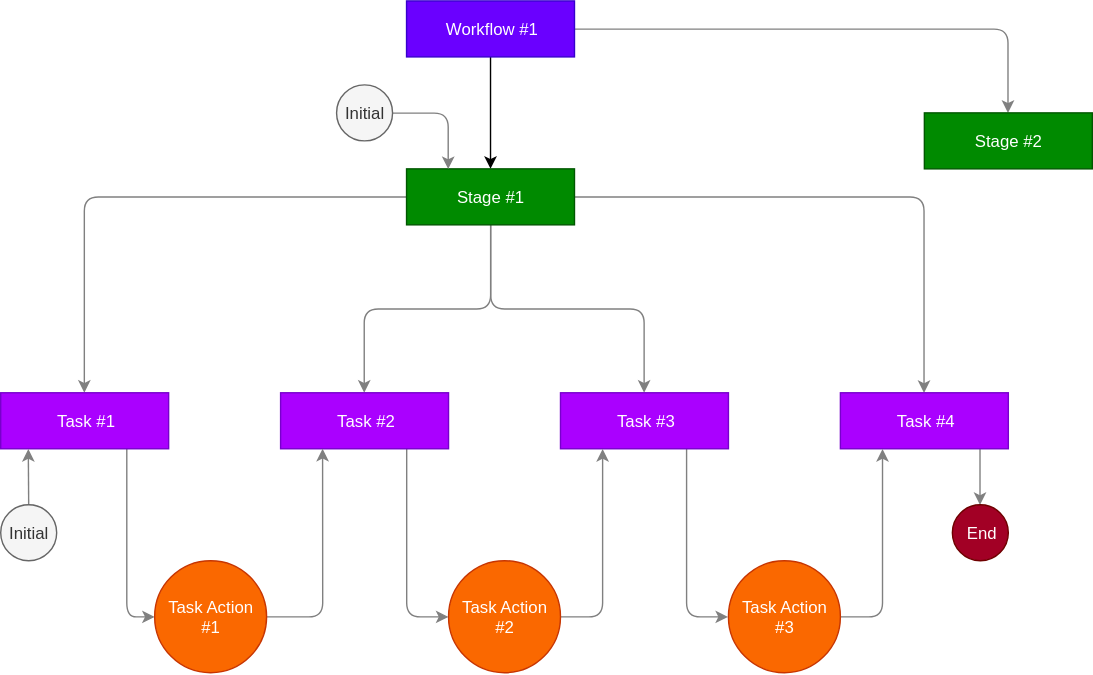
Above: design/clef-workflow-single-direction-action.svg in arkitik/clef-workflow (draw.io), before the change. Source tidied: cells renumbered, new cells last; positions are measured from the earlier drawing's top-left corner, leaving out a move shared by most shapes. The source it was exported from:
```xml
<mxGraphModel>
  <root>
    <mxCell id="0" />
    <mxCell id="1" parent="0" />
    <mxCell id="2" style="edgeStyle=orthogonalEdgeStyle;rounded=0;jettySize=auto;html=1;shadow=0;" parent="1" edge="1" source="4" target="9">
      <mxGeometry relative="1" as="geometry" />
    </mxCell>
    <mxCell id="3" style="edgeStyle=orthogonalEdgeStyle;rounded=1;jumpStyle=arc;jettySize=auto;html=1;shadow=0;strokeColor=#808080;" parent="1" edge="1" source="4" target="25">
      <mxGeometry relative="1" as="geometry" />
    </mxCell>
    <mxCell id="4" value="Workflow #1" style="rounded=0;whiteSpace=wrap;html=1;shadow=0;fillColor=#6a00ff;strokeColor=#3700CC;gradientDirection=west;fontColor=#ffffff;" parent="1" vertex="1">
      <mxGeometry x="290" width="120" height="40" as="geometry" />
    </mxCell>
    <mxCell id="5" style="edgeStyle=orthogonalEdgeStyle;jettySize=auto;html=1;shadow=0;rounded=1;jumpStyle=arc;strokeColor=#808080;" parent="1" edge="1" source="9" target="15">
      <mxGeometry relative="1" as="geometry" />
    </mxCell>
    <mxCell id="6" style="edgeStyle=orthogonalEdgeStyle;rounded=1;jettySize=auto;html=1;shadow=0;strokeColor=#808080;" parent="1" edge="1" source="9" target="13">
      <mxGeometry relative="1" as="geometry" />
    </mxCell>
    <mxCell id="7" style="edgeStyle=orthogonalEdgeStyle;jettySize=auto;html=1;shadow=0;rounded=1;jumpStyle=arc;strokeColor=#808080;" parent="1" edge="1" source="9" target="11">
      <mxGeometry relative="1" as="geometry" />
    </mxCell>
    <mxCell id="8" style="edgeStyle=orthogonalEdgeStyle;rounded=1;jumpStyle=arc;jettySize=auto;html=1;entryX=0.5;entryY=0;entryDx=0;entryDy=0;shadow=0;strokeColor=#808080;" parent="1" edge="1" source="9" target="21">
      <mxGeometry relative="1" as="geometry" />
    </mxCell>
    <mxCell id="9" value="Stage #1" style="rounded=0;whiteSpace=wrap;html=1;shadow=0;fillColor=#008a00;strokeColor=#005700;gradientDirection=west;fontColor=#ffffff;" parent="1" vertex="1">
      <mxGeometry x="290" y="120" width="120" height="40" as="geometry" />
    </mxCell>
    <mxCell id="10" style="edgeStyle=orthogonalEdgeStyle;rounded=1;jumpStyle=arc;jettySize=auto;html=1;exitX=0.75;exitY=1;exitDx=0;exitDy=0;entryX=0;entryY=0.5;entryDx=0;entryDy=0;shadow=0;strokeColor=#808080;" parent="1" edge="1" source="11" target="23">
      <mxGeometry relative="1" as="geometry" />
    </mxCell>
    <mxCell id="11" value="Task #3" style="rounded=0;whiteSpace=wrap;html=1;shadow=0;fillColor=#aa00ff;strokeColor=#7700CC;gradientDirection=west;fontColor=#ffffff;" parent="1" vertex="1">
      <mxGeometry x="400" y="280" width="120" height="40" as="geometry" />
    </mxCell>
    <mxCell id="12" style="edgeStyle=orthogonalEdgeStyle;jettySize=auto;html=1;shadow=0;rounded=1;jumpStyle=arc;strokeColor=#808080;" parent="1" edge="1" source="13" target="19">
      <mxGeometry relative="1" as="geometry">
        <Array as="points">
          <mxPoint x="290" y="440" />
        </Array>
      </mxGeometry>
    </mxCell>
    <mxCell id="13" value="Task&amp;nbsp;#2" style="rounded=0;whiteSpace=wrap;html=1;shadow=0;fillColor=#aa00ff;strokeColor=#7700CC;gradientDirection=west;fontColor=#ffffff;" parent="1" vertex="1">
      <mxGeometry x="200" y="280" width="120" height="40" as="geometry" />
    </mxCell>
    <mxCell id="14" style="edgeStyle=orthogonalEdgeStyle;jettySize=auto;html=1;entryX=0;entryY=0.5;entryDx=0;entryDy=0;shadow=0;rounded=1;jumpStyle=arc;exitX=0.75;exitY=1;exitDx=0;exitDy=0;strokeColor=#808080;" parent="1" edge="1" source="15" target="17">
      <mxGeometry relative="1" as="geometry" />
    </mxCell>
    <mxCell id="15" value="Task #1" style="rounded=0;whiteSpace=wrap;html=1;shadow=0;fillColor=#aa00ff;strokeColor=#7700CC;gradientDirection=west;fontColor=#ffffff;" parent="1" vertex="1">
      <mxGeometry y="280" width="120" height="40" as="geometry" />
    </mxCell>
    <mxCell id="16" style="edgeStyle=orthogonalEdgeStyle;jettySize=auto;html=1;shadow=0;rounded=1;jumpStyle=arc;strokeColor=#808080;" parent="1" edge="1" source="17">
      <mxGeometry relative="1" as="geometry">
        <mxPoint x="230" y="320" as="targetPoint" />
      </mxGeometry>
    </mxCell>
    <mxCell id="17" value="Task Action #1" style="ellipse;whiteSpace=wrap;html=1;shadow=0;fillColor=#fa6800;strokeColor=#C73500;gradientDirection=west;fontColor=#ffffff;" parent="1" vertex="1">
      <mxGeometry x="110" y="400" width="80" height="80" as="geometry" />
    </mxCell>
    <mxCell id="18" style="edgeStyle=orthogonalEdgeStyle;jettySize=auto;html=1;shadow=0;rounded=1;jumpStyle=arc;exitX=1;exitY=0.5;exitDx=0;exitDy=0;entryX=0.25;entryY=1;entryDx=0;entryDy=0;strokeColor=#808080;" parent="1" edge="1" source="19" target="11">
      <mxGeometry relative="1" as="geometry">
        <Array as="points">
          <mxPoint x="430" y="440" />
        </Array>
      </mxGeometry>
    </mxCell>
    <mxCell id="19" value="Task Action #2" style="ellipse;whiteSpace=wrap;html=1;shadow=0;fillColor=#fa6800;strokeColor=#C73500;gradientDirection=west;fontColor=#ffffff;" parent="1" vertex="1">
      <mxGeometry x="320" y="400" width="80" height="80" as="geometry" />
    </mxCell>
    <mxCell id="20" style="edgeStyle=orthogonalEdgeStyle;rounded=1;jumpStyle=arc;jettySize=auto;html=1;entryX=0.5;entryY=0;entryDx=0;entryDy=0;shadow=0;strokeColor=#808080;" parent="1" edge="1" source="21" target="24">
      <mxGeometry relative="1" as="geometry">
        <Array as="points">
          <mxPoint x="700" y="330" />
          <mxPoint x="700" y="330" />
        </Array>
      </mxGeometry>
    </mxCell>
    <mxCell id="21" value="Task #4" style="rounded=0;whiteSpace=wrap;html=1;shadow=0;fillColor=#aa00ff;strokeColor=#7700CC;gradientDirection=west;fontColor=#ffffff;" parent="1" vertex="1">
      <mxGeometry x="600" y="280" width="120" height="40" as="geometry" />
    </mxCell>
    <mxCell id="22" style="edgeStyle=orthogonalEdgeStyle;rounded=1;jumpStyle=arc;jettySize=auto;html=1;entryX=0.25;entryY=1;entryDx=0;entryDy=0;shadow=0;strokeColor=#808080;" parent="1" edge="1" source="23" target="21">
      <mxGeometry relative="1" as="geometry">
        <Array as="points">
          <mxPoint x="630" y="440" />
        </Array>
      </mxGeometry>
    </mxCell>
    <mxCell id="23" value="Task Action #3" style="ellipse;whiteSpace=wrap;html=1;shadow=0;fillColor=#fa6800;strokeColor=#C73500;gradientDirection=west;fontColor=#ffffff;" parent="1" vertex="1">
      <mxGeometry x="520" y="400" width="80" height="80" as="geometry" />
    </mxCell>
    <mxCell id="24" value="End" style="ellipse;whiteSpace=wrap;html=1;shadow=0;fillColor=#a20025;strokeColor=#6F0000;fontColor=#ffffff;" parent="1" vertex="1">
      <mxGeometry x="680" y="360" width="40" height="40" as="geometry" />
    </mxCell>
    <mxCell id="25" value="Stage #2" style="rounded=0;whiteSpace=wrap;html=1;shadow=0;fillColor=#008a00;strokeColor=#005700;gradientDirection=west;fontColor=#ffffff;" parent="1" vertex="1">
      <mxGeometry x="660" y="80" width="120" height="40" as="geometry" />
    </mxCell>
    <mxCell id="26" style="edgeStyle=orthogonalEdgeStyle;rounded=1;jumpStyle=arc;jettySize=auto;html=1;entryX=0.165;entryY=1.003;entryDx=0;entryDy=0;shadow=0;entryPerimeter=0;strokeColor=#808080;" parent="1" edge="1" source="27" target="15">
      <mxGeometry relative="1" as="geometry" />
    </mxCell>
    <mxCell id="27" value="Initial" style="ellipse;whiteSpace=wrap;html=1;shadow=0;fillColor=#f5f5f5;strokeColor=#666666;fontColor=#333333;" parent="1" vertex="1">
      <mxGeometry y="360" width="40" height="40" as="geometry" />
    </mxCell>
    <mxCell id="28" style="edgeStyle=orthogonalEdgeStyle;rounded=1;jumpStyle=arc;jettySize=auto;html=1;entryX=0.25;entryY=0;entryDx=0;entryDy=0;shadow=0;strokeColor=#808080;" parent="1" edge="1" source="29" target="9">
      <mxGeometry relative="1" as="geometry" />
    </mxCell>
    <mxCell id="29" value="Initial" style="ellipse;whiteSpace=wrap;html=1;shadow=0;fillColor=#f5f5f5;strokeColor=#666666;fontColor=#333333;" parent="1" vertex="1">
      <mxGeometry x="240" y="60" width="40" height="40" as="geometry" />
    </mxCell>
  </root>
</mxGraphModel>
```
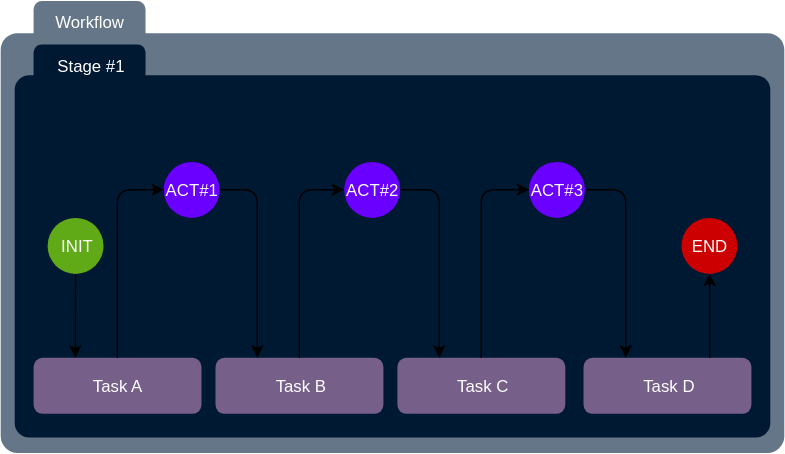
The same file after the commit.

Diff of the diagram source:
```diff
@@ -2,108 +2,91 @@
   <root>
     <mxCell id="0" />
     <mxCell id="1" parent="0" />
-    <mxCell id="2" style="edgeStyle=orthogonalEdgeStyle;rounded=0;jettySize=auto;html=1;shadow=0;" parent="1" edge="1" source="4" target="9">
-      <mxGeometry relative="1" as="geometry" />
+    <mxCell id="2" style="group;" parent="1" vertex="1">
+      <mxGeometry x="110" y="390" width="560" height="320" as="geometry" />
     </mxCell>
-    <mxCell id="3" style="edgeStyle=orthogonalEdgeStyle;rounded=1;jumpStyle=arc;jettySize=auto;html=1;shadow=0;strokeColor=#808080;" parent="1" edge="1" source="4" target="25">
-      <mxGeometry relative="1" as="geometry" />
+    <mxCell id="3" style="whiteSpace=wrap;html=1;rounded=1;shadow=0;glass=0;comic=0;arcSize=4;fillColor=#647687;strokeColor=none;gradientDirection=south;fontColor=#ffffff;" parent="2" vertex="1">
+      <mxGeometry y="20" width="560" height="300" as="geometry" />
     </mxCell>
-    <mxCell id="4" value="Workflow #1" style="rounded=0;whiteSpace=wrap;html=1;shadow=0;fillColor=#6a00ff;strokeColor=#3700CC;gradientDirection=west;fontColor=#ffffff;" parent="1" vertex="1">
-      <mxGeometry x="290" width="120" height="40" as="geometry" />
+    <mxCell id="4" value="Workflow" style="text;html=1;strokeColor=none;fillColor=#647687;align=center;verticalAlign=middle;whiteSpace=wrap;rounded=1;shadow=0;glass=0;comic=0;gradientDirection=south;arcSize=20;fontColor=#ffffff;" parent="2" vertex="1">
+      <mxGeometry x="23.5" y="-3" width="80" height="30" as="geometry" />
     </mxCell>
-    <mxCell id="5" style="edgeStyle=orthogonalEdgeStyle;jettySize=auto;html=1;shadow=0;rounded=1;jumpStyle=arc;strokeColor=#808080;" parent="1" edge="1" source="9" target="15">
-      <mxGeometry relative="1" as="geometry" />
+    <mxCell id="5" style="rounded=1;whiteSpace=wrap;html=1;shadow=0;glass=0;comic=0;fillColor=#001933;strokeColor=none;gradientColor=none;arcSize=4;" parent="2" vertex="1">
+      <mxGeometry x="10" y="50" width="540" height="259" as="geometry" />
     </mxCell>
-    <mxCell id="6" style="edgeStyle=orthogonalEdgeStyle;rounded=1;jettySize=auto;html=1;shadow=0;strokeColor=#808080;" parent="1" edge="1" source="9" target="13">
-      <mxGeometry relative="1" as="geometry" />
+    <mxCell id="6" style="group;" parent="2" vertex="1">
+      <mxGeometry x="23.5" y="112" width="513" height="180" as="geometry" />
     </mxCell>
-    <mxCell id="7" style="edgeStyle=orthogonalEdgeStyle;jettySize=auto;html=1;shadow=0;rounded=1;jumpStyle=arc;strokeColor=#808080;" parent="1" edge="1" source="9" target="11">
-      <mxGeometry relative="1" as="geometry" />
+    <mxCell id="7" value="Task A" style="rounded=1;whiteSpace=wrap;html=1;shadow=0;glass=0;comic=0;fillColor=#76608a;strokeColor=none;fontColor=#ffffff;arcSize=16;" parent="6" vertex="1">
+      <mxGeometry y="140" width="120" height="40" as="geometry" />
     </mxCell>
-    <mxCell id="8" style="edgeStyle=orthogonalEdgeStyle;rounded=1;jumpStyle=arc;jettySize=auto;html=1;entryX=0.5;entryY=0;entryDx=0;entryDy=0;shadow=0;strokeColor=#808080;" parent="1" edge="1" source="9" target="21">
-      <mxGeometry relative="1" as="geometry" />
+    <mxCell id="8" value="Task B" style="rounded=1;whiteSpace=wrap;html=1;shadow=0;glass=0;comic=0;fillColor=#76608a;strokeColor=none;fontColor=#ffffff;arcSize=16;" parent="6" vertex="1">
+      <mxGeometry x="130" y="140" width="120" height="40" as="geometry" />
     </mxCell>
-    <mxCell id="9" value="Stage #1" style="rounded=0;whiteSpace=wrap;html=1;shadow=0;fillColor=#008a00;strokeColor=#005700;gradientDirection=west;fontColor=#ffffff;" parent="1" vertex="1">
-      <mxGeometry x="290" y="120" width="120" height="40" as="geometry" />
+    <mxCell id="9" value="Task D" style="rounded=1;whiteSpace=wrap;html=1;shadow=0;glass=0;comic=0;fillColor=#76608a;strokeColor=none;fontColor=#ffffff;arcSize=16;" parent="6" vertex="1">
+      <mxGeometry x="393" y="140" width="120" height="40" as="geometry" />
     </mxCell>
-    <mxCell id="10" style="edgeStyle=orthogonalEdgeStyle;rounded=1;jumpStyle=arc;jettySize=auto;html=1;exitX=0.75;exitY=1;exitDx=0;exitDy=0;entryX=0;entryY=0.5;entryDx=0;entryDy=0;shadow=0;strokeColor=#808080;" parent="1" edge="1" source="11" target="23">
-      <mxGeometry relative="1" as="geometry" />
+    <mxCell id="10" style="edgeStyle=orthogonalEdgeStyle;rounded=1;jettySize=auto;html=1;entryX=0.25;entryY=0;entryDx=0;entryDy=0;" parent="6" edge="1" source="11" target="8">
+      <mxGeometry relative="1" as="geometry">
+        <Array as="points">
+          <mxPoint x="160" y="20" />
+        </Array>
+      </mxGeometry>
     </mxCell>
-    <mxCell id="11" value="Task #3" style="rounded=0;whiteSpace=wrap;html=1;shadow=0;fillColor=#aa00ff;strokeColor=#7700CC;gradientDirection=west;fontColor=#ffffff;" parent="1" vertex="1">
-      <mxGeometry x="400" y="280" width="120" height="40" as="geometry" />
+    <mxCell id="11" value="ACT#1" style="ellipse;whiteSpace=wrap;html=1;rounded=1;shadow=0;glass=0;comic=0;fillColor=#6a00ff;strokeColor=none;fontColor=#ffffff;" parent="6" vertex="1">
+      <mxGeometry x="93" width="40" height="40" as="geometry" />
     </mxCell>
-    <mxCell id="12" style="edgeStyle=orthogonalEdgeStyle;jettySize=auto;html=1;shadow=0;rounded=1;jumpStyle=arc;strokeColor=#808080;" parent="1" edge="1" source="13" target="19">
-      <mxGeometry relative="1" as="geometry">
-        <Array as="points">
-          <mxPoint x="290" y="440" />
-        </Array>
-      </mxGeometry>
+    <mxCell id="12" style="edgeStyle=orthogonalEdgeStyle;rounded=1;jettySize=auto;html=1;entryX=0;entryY=0.5;entryDx=0;entryDy=0;" parent="6" edge="1" source="7" target="11">
+      <mxGeometry relative="1" as="geometry" />
     </mxCell>
-    <mxCell id="13" value="Task&amp;nbsp;#2" style="rounded=0;whiteSpace=wrap;html=1;shadow=0;fillColor=#aa00ff;strokeColor=#7700CC;gradientDirection=west;fontColor=#ffffff;" parent="1" vertex="1">
-      <mxGeometry x="200" y="280" width="120" height="40" as="geometry" />
+    <mxCell id="13" value="ACT#2" style="ellipse;whiteSpace=wrap;html=1;rounded=1;shadow=0;glass=0;comic=0;fillColor=#6a00ff;strokeColor=none;fontColor=#ffffff;" parent="6" vertex="1">
+      <mxGeometry x="222" width="40" height="40" as="geometry" />
     </mxCell>
-    <mxCell id="14" style="edgeStyle=orthogonalEdgeStyle;jettySize=auto;html=1;entryX=0;entryY=0.5;entryDx=0;entryDy=0;shadow=0;rounded=1;jumpStyle=arc;exitX=0.75;exitY=1;exitDx=0;exitDy=0;strokeColor=#808080;" parent="1" edge="1" source="15" target="17">
-      <mxGeometry relative="1" as="geometry" />
+    <mxCell id="14" style="edgeStyle=orthogonalEdgeStyle;rounded=1;jettySize=auto;html=1;entryX=0;entryY=0.5;entryDx=0;entryDy=0;exitX=0.5;exitY=0;exitDx=0;exitDy=0;" parent="6" edge="1" source="8" target="13">
+      <mxGeometry relative="1" as="geometry">
+        <Array as="points">
+          <mxPoint x="190" y="20" />
+        </Array>
+      </mxGeometry>
     </mxCell>
-    <mxCell id="15" value="Task #1" style="rounded=0;whiteSpace=wrap;html=1;shadow=0;fillColor=#aa00ff;strokeColor=#7700CC;gradientDirection=west;fontColor=#ffffff;" parent="1" vertex="1">
-      <mxGeometry y="280" width="120" height="40" as="geometry" />
+    <mxCell id="15" value="END" style="ellipse;whiteSpace=wrap;html=1;rounded=1;shadow=0;glass=0;comic=0;fillColor=#CC0000;strokeColor=none;fontColor=#ffffff;" parent="6" vertex="1">
+      <mxGeometry x="463" y="40" width="40" height="40" as="geometry" />
     </mxCell>
-    <mxCell id="16" style="edgeStyle=orthogonalEdgeStyle;jettySize=auto;html=1;shadow=0;rounded=1;jumpStyle=arc;strokeColor=#808080;" parent="1" edge="1" source="17">
-      <mxGeometry relative="1" as="geometry">
-        <mxPoint x="230" y="320" as="targetPoint" />
-      </mxGeometry>
+    <mxCell id="16" style="edgeStyle=orthogonalEdgeStyle;rounded=1;jettySize=auto;html=1;entryX=0.5;entryY=1;entryDx=0;entryDy=0;exitX=0.75;exitY=0;exitDx=0;exitDy=0;" parent="6" edge="1" source="9" target="15">
+      <mxGeometry relative="1" as="geometry" />
     </mxCell>
-    <mxCell id="17" value="Task Action #1" style="ellipse;whiteSpace=wrap;html=1;shadow=0;fillColor=#fa6800;strokeColor=#C73500;gradientDirection=west;fontColor=#ffffff;" parent="1" vertex="1">
-      <mxGeometry x="110" y="400" width="80" height="80" as="geometry" />
+    <mxCell id="17" value="Task C" style="rounded=1;whiteSpace=wrap;html=1;shadow=0;glass=0;comic=0;fillColor=#76608a;strokeColor=none;fontColor=#ffffff;arcSize=16;" parent="6" vertex="1">
+      <mxGeometry x="260" y="140" width="120" height="40" as="geometry" />
     </mxCell>
-    <mxCell id="18" style="edgeStyle=orthogonalEdgeStyle;jettySize=auto;html=1;shadow=0;rounded=1;jumpStyle=arc;exitX=1;exitY=0.5;exitDx=0;exitDy=0;entryX=0.25;entryY=1;entryDx=0;entryDy=0;strokeColor=#808080;" parent="1" edge="1" source="19" target="11">
+    <mxCell id="18" style="edgeStyle=orthogonalEdgeStyle;rounded=1;jettySize=auto;html=1;entryX=0.25;entryY=0;entryDx=0;entryDy=0;" parent="6" edge="1" source="13" target="17">
       <mxGeometry relative="1" as="geometry">
         <Array as="points">
-          <mxPoint x="430" y="440" />
+          <mxPoint x="290" y="90" />
+          <mxPoint x="290" y="90" />
         </Array>
       </mxGeometry>
     </mxCell>
-    <mxCell id="19" value="Task Action #2" style="ellipse;whiteSpace=wrap;html=1;shadow=0;fillColor=#fa6800;strokeColor=#C73500;gradientDirection=west;fontColor=#ffffff;" parent="1" vertex="1">
-      <mxGeometry x="320" y="400" width="80" height="80" as="geometry" />
+    <mxCell id="19" style="edgeStyle=orthogonalEdgeStyle;rounded=1;jettySize=auto;html=1;entryX=0.25;entryY=0;entryDx=0;entryDy=0;exitX=1;exitY=0.5;exitDx=0;exitDy=0;" parent="6" edge="1" source="20" target="9">
+      <mxGeometry relative="1" as="geometry">
+        <Array as="points">
+          <mxPoint x="423" y="20" />
+        </Array>
+      </mxGeometry>
     </mxCell>
-    <mxCell id="20" style="edgeStyle=orthogonalEdgeStyle;rounded=1;jumpStyle=arc;jettySize=auto;html=1;entryX=0.5;entryY=0;entryDx=0;entryDy=0;shadow=0;strokeColor=#808080;" parent="1" edge="1" source="21" target="24">
-      <mxGeometry relative="1" as="geometry">
-        <Array as="points">
-          <mxPoint x="700" y="330" />
-          <mxPoint x="700" y="330" />
-        </Array>
-      </mxGeometry>
+    <mxCell id="20" value="ACT#3" style="ellipse;whiteSpace=wrap;html=1;rounded=1;shadow=0;glass=0;comic=0;fillColor=#6a00ff;strokeColor=none;fontColor=#ffffff;" parent="6" vertex="1">
+      <mxGeometry x="354" width="40" height="40" as="geometry" />
     </mxCell>
-    <mxCell id="21" value="Task #4" style="rounded=0;whiteSpace=wrap;html=1;shadow=0;fillColor=#aa00ff;strokeColor=#7700CC;gradientDirection=west;fontColor=#ffffff;" parent="1" vertex="1">
-      <mxGeometry x="600" y="280" width="120" height="40" as="geometry" />
+    <mxCell id="21" style="edgeStyle=orthogonalEdgeStyle;rounded=1;jettySize=auto;html=1;entryX=0;entryY=0.5;entryDx=0;entryDy=0;" parent="6" edge="1" source="17" target="20">
+      <mxGeometry relative="1" as="geometry" />
     </mxCell>
-    <mxCell id="22" style="edgeStyle=orthogonalEdgeStyle;rounded=1;jumpStyle=arc;jettySize=auto;html=1;entryX=0.25;entryY=1;entryDx=0;entryDy=0;shadow=0;strokeColor=#808080;" parent="1" edge="1" source="23" target="21">
-      <mxGeometry relative="1" as="geometry">
-        <Array as="points">
-          <mxPoint x="630" y="440" />
-        </Array>
-      </mxGeometry>
+    <mxCell id="22" style="edgeStyle=orthogonalEdgeStyle;rounded=1;jettySize=auto;html=1;entryX=0.25;entryY=0;entryDx=0;entryDy=0;" parent="6" edge="1" source="23" target="7">
+      <mxGeometry relative="1" as="geometry" />
     </mxCell>
-    <mxCell id="23" value="Task Action #3" style="ellipse;whiteSpace=wrap;html=1;shadow=0;fillColor=#fa6800;strokeColor=#C73500;gradientDirection=west;fontColor=#ffffff;" parent="1" vertex="1">
-      <mxGeometry x="520" y="400" width="80" height="80" as="geometry" />
+    <mxCell id="23" value="INIT" style="ellipse;whiteSpace=wrap;html=1;rounded=1;shadow=0;glass=0;comic=0;fillColor=#60a917;strokeColor=none;fontColor=#ffffff;" parent="6" vertex="1">
+      <mxGeometry x="10" y="40" width="40" height="40" as="geometry" />
     </mxCell>
-    <mxCell id="24" value="End" style="ellipse;whiteSpace=wrap;html=1;shadow=0;fillColor=#a20025;strokeColor=#6F0000;fontColor=#ffffff;" parent="1" vertex="1">
-      <mxGeometry x="680" y="360" width="40" height="40" as="geometry" />
+    <mxCell id="24" value="Stage #1" style="text;html=1;strokeColor=none;fillColor=#001933;align=center;verticalAlign=middle;whiteSpace=wrap;rounded=1;shadow=0;glass=0;comic=0;gradientColor=none;arcSize=20;fontColor=#ffffff;" parent="2" vertex="1">
+      <mxGeometry x="23.5" y="28" width="80" height="29" as="geometry" />
     </mxCell>
-    <mxCell id="25" value="Stage #2" style="rounded=0;whiteSpace=wrap;html=1;shadow=0;fillColor=#008a00;strokeColor=#005700;gradientDirection=west;fontColor=#ffffff;" parent="1" vertex="1">
-      <mxGeometry x="660" y="80" width="120" height="40" as="geometry" />
-    </mxCell>
-    <mxCell id="26" style="edgeStyle=orthogonalEdgeStyle;rounded=1;jumpStyle=arc;jettySize=auto;html=1;entryX=0.165;entryY=1.003;entryDx=0;entryDy=0;shadow=0;entryPerimeter=0;strokeColor=#808080;" parent="1" edge="1" source="27" target="15">
-      <mxGeometry relative="1" as="geometry" />
-    </mxCell>
-    <mxCell id="27" value="Initial" style="ellipse;whiteSpace=wrap;html=1;shadow=0;fillColor=#f5f5f5;strokeColor=#666666;fontColor=#333333;" parent="1" vertex="1">
-      <mxGeometry y="360" width="40" height="40" as="geometry" />
-    </mxCell>
-    <mxCell id="28" style="edgeStyle=orthogonalEdgeStyle;rounded=1;jumpStyle=arc;jettySize=auto;html=1;entryX=0.25;entryY=0;entryDx=0;entryDy=0;shadow=0;strokeColor=#808080;" parent="1" edge="1" source="29" target="9">
-      <mxGeometry relative="1" as="geometry" />
-    </mxCell>
-    <mxCell id="29" value="Initial" style="ellipse;whiteSpace=wrap;html=1;shadow=0;fillColor=#f5f5f5;strokeColor=#666666;fontColor=#333333;" parent="1" vertex="1">
-      <mxGeometry x="240" y="60" width="40" height="40" as="geometry" />
-    </mxCell>
   </root>
 </mxGraphModel>
```
